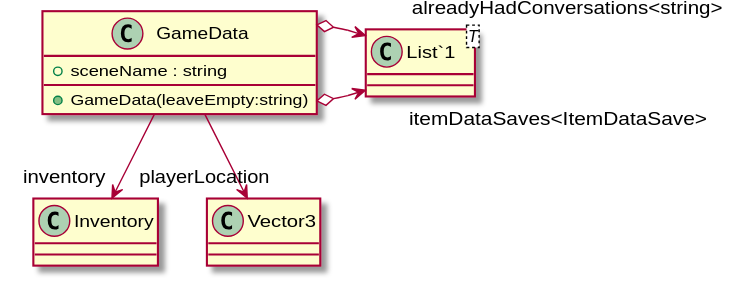
Before: UML/SaveAndLoad/Data/GameData.svg, a diagram exported from PlantUML (robinsuurs/Mallow_Mysterie).
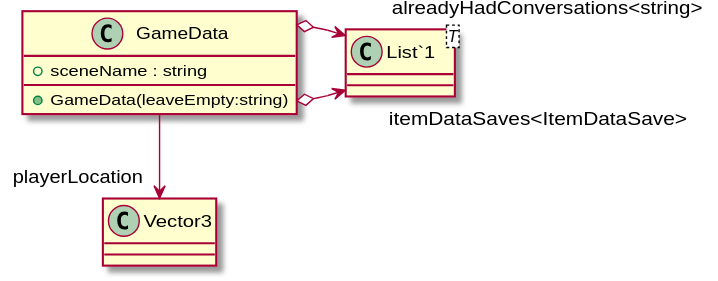
After the change.

Diff of the diagram source:
```diff
@@ -7,6 +7,5 @@
 }
 GameData o-> "itemDataSaves<ItemDataSave>" "List`1"
 GameData o-> "alreadyHadConversations<string>" "List`1"
-GameData --> "inventory" Inventory
 GameData --> "playerLocation" Vector3
 @enduml
```
